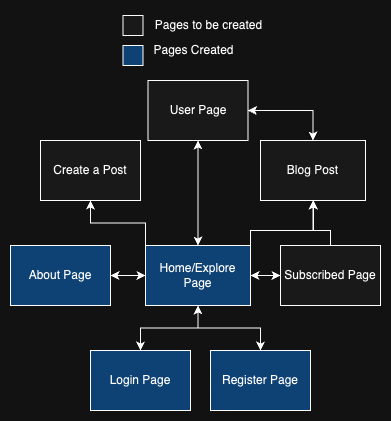
Before: assets/Sitemap.png, a diagram exported from draw.io (CST339/blogsite). Source tidied: cells renumbered, new cells last; positions are measured from the earlier drawing's top-left corner, leaving out a move shared by most shapes.
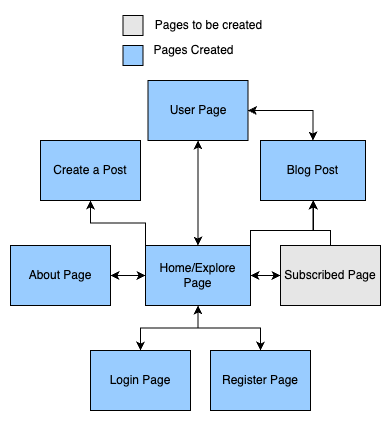
After the change.

What changed in the source:
```diff
@@ -60,13 +60,13 @@
     <mxCell id="17" style="edgeStyle=orthogonalEdgeStyle;rounded=0;jettySize=auto;html=1;entryX=0.5;entryY=0;entryDx=0;entryDy=0;" parent="1" edge="1" source="18" target="20">
       <mxGeometry relative="1" as="geometry" />
     </mxCell>
-    <mxCell id="18" value="User Page" style="rounded=0;whiteSpace=wrap;html=1;fillColor=#E6E6E6;" parent="1" vertex="1">
+    <mxCell id="18" value="User Page" style="rounded=0;whiteSpace=wrap;html=1;fillColor=#99CCFF;" parent="1" vertex="1">
       <mxGeometry x="137.5" y="70" width="100" height="60" as="geometry" />
     </mxCell>
     <mxCell id="19" style="edgeStyle=orthogonalEdgeStyle;rounded=0;jettySize=auto;html=1;exitX=0.5;exitY=0;exitDx=0;exitDy=0;" parent="1" edge="1" source="20" target="18">
       <mxGeometry relative="1" as="geometry" />
     </mxCell>
-    <mxCell id="20" value="Blog Post" style="rounded=0;whiteSpace=wrap;html=1;fillColor=#E6E6E6;" parent="1" vertex="1">
+    <mxCell id="20" value="Blog Post" style="rounded=0;whiteSpace=wrap;html=1;fillColor=#99CCFF;" parent="1" vertex="1">
       <mxGeometry x="250" y="130" width="105" height="60" as="geometry" />
     </mxCell>
     <mxCell id="21" style="edgeStyle=orthogonalEdgeStyle;rounded=0;jettySize=auto;html=1;entryX=0;entryY=0.5;entryDx=0;entryDy=0;" parent="1" edge="1" source="22" target="9">
@@ -75,7 +75,7 @@
     <mxCell id="22" value="About Page" style="rounded=0;whiteSpace=wrap;html=1;fillColor=#99CCFF;" parent="1" vertex="1">
       <mxGeometry y="235" width="100" height="60" as="geometry" />
     </mxCell>
-    <mxCell id="23" value="Create a Post" style="rounded=0;whiteSpace=wrap;html=1;fillColor=#E6E6E6;" parent="1" vertex="1">
+    <mxCell id="23" value="Create a Post" style="rounded=0;whiteSpace=wrap;html=1;fillColor=#99CCFF;" parent="1" vertex="1">
       <mxGeometry x="30" y="130" width="100" height="60" as="geometry" />
     </mxCell>
     <mxCell id="24" style="rounded=0;whiteSpace=wrap;html=1;fillColor=#E6E6E6;" parent="1" vertex="1">
```
